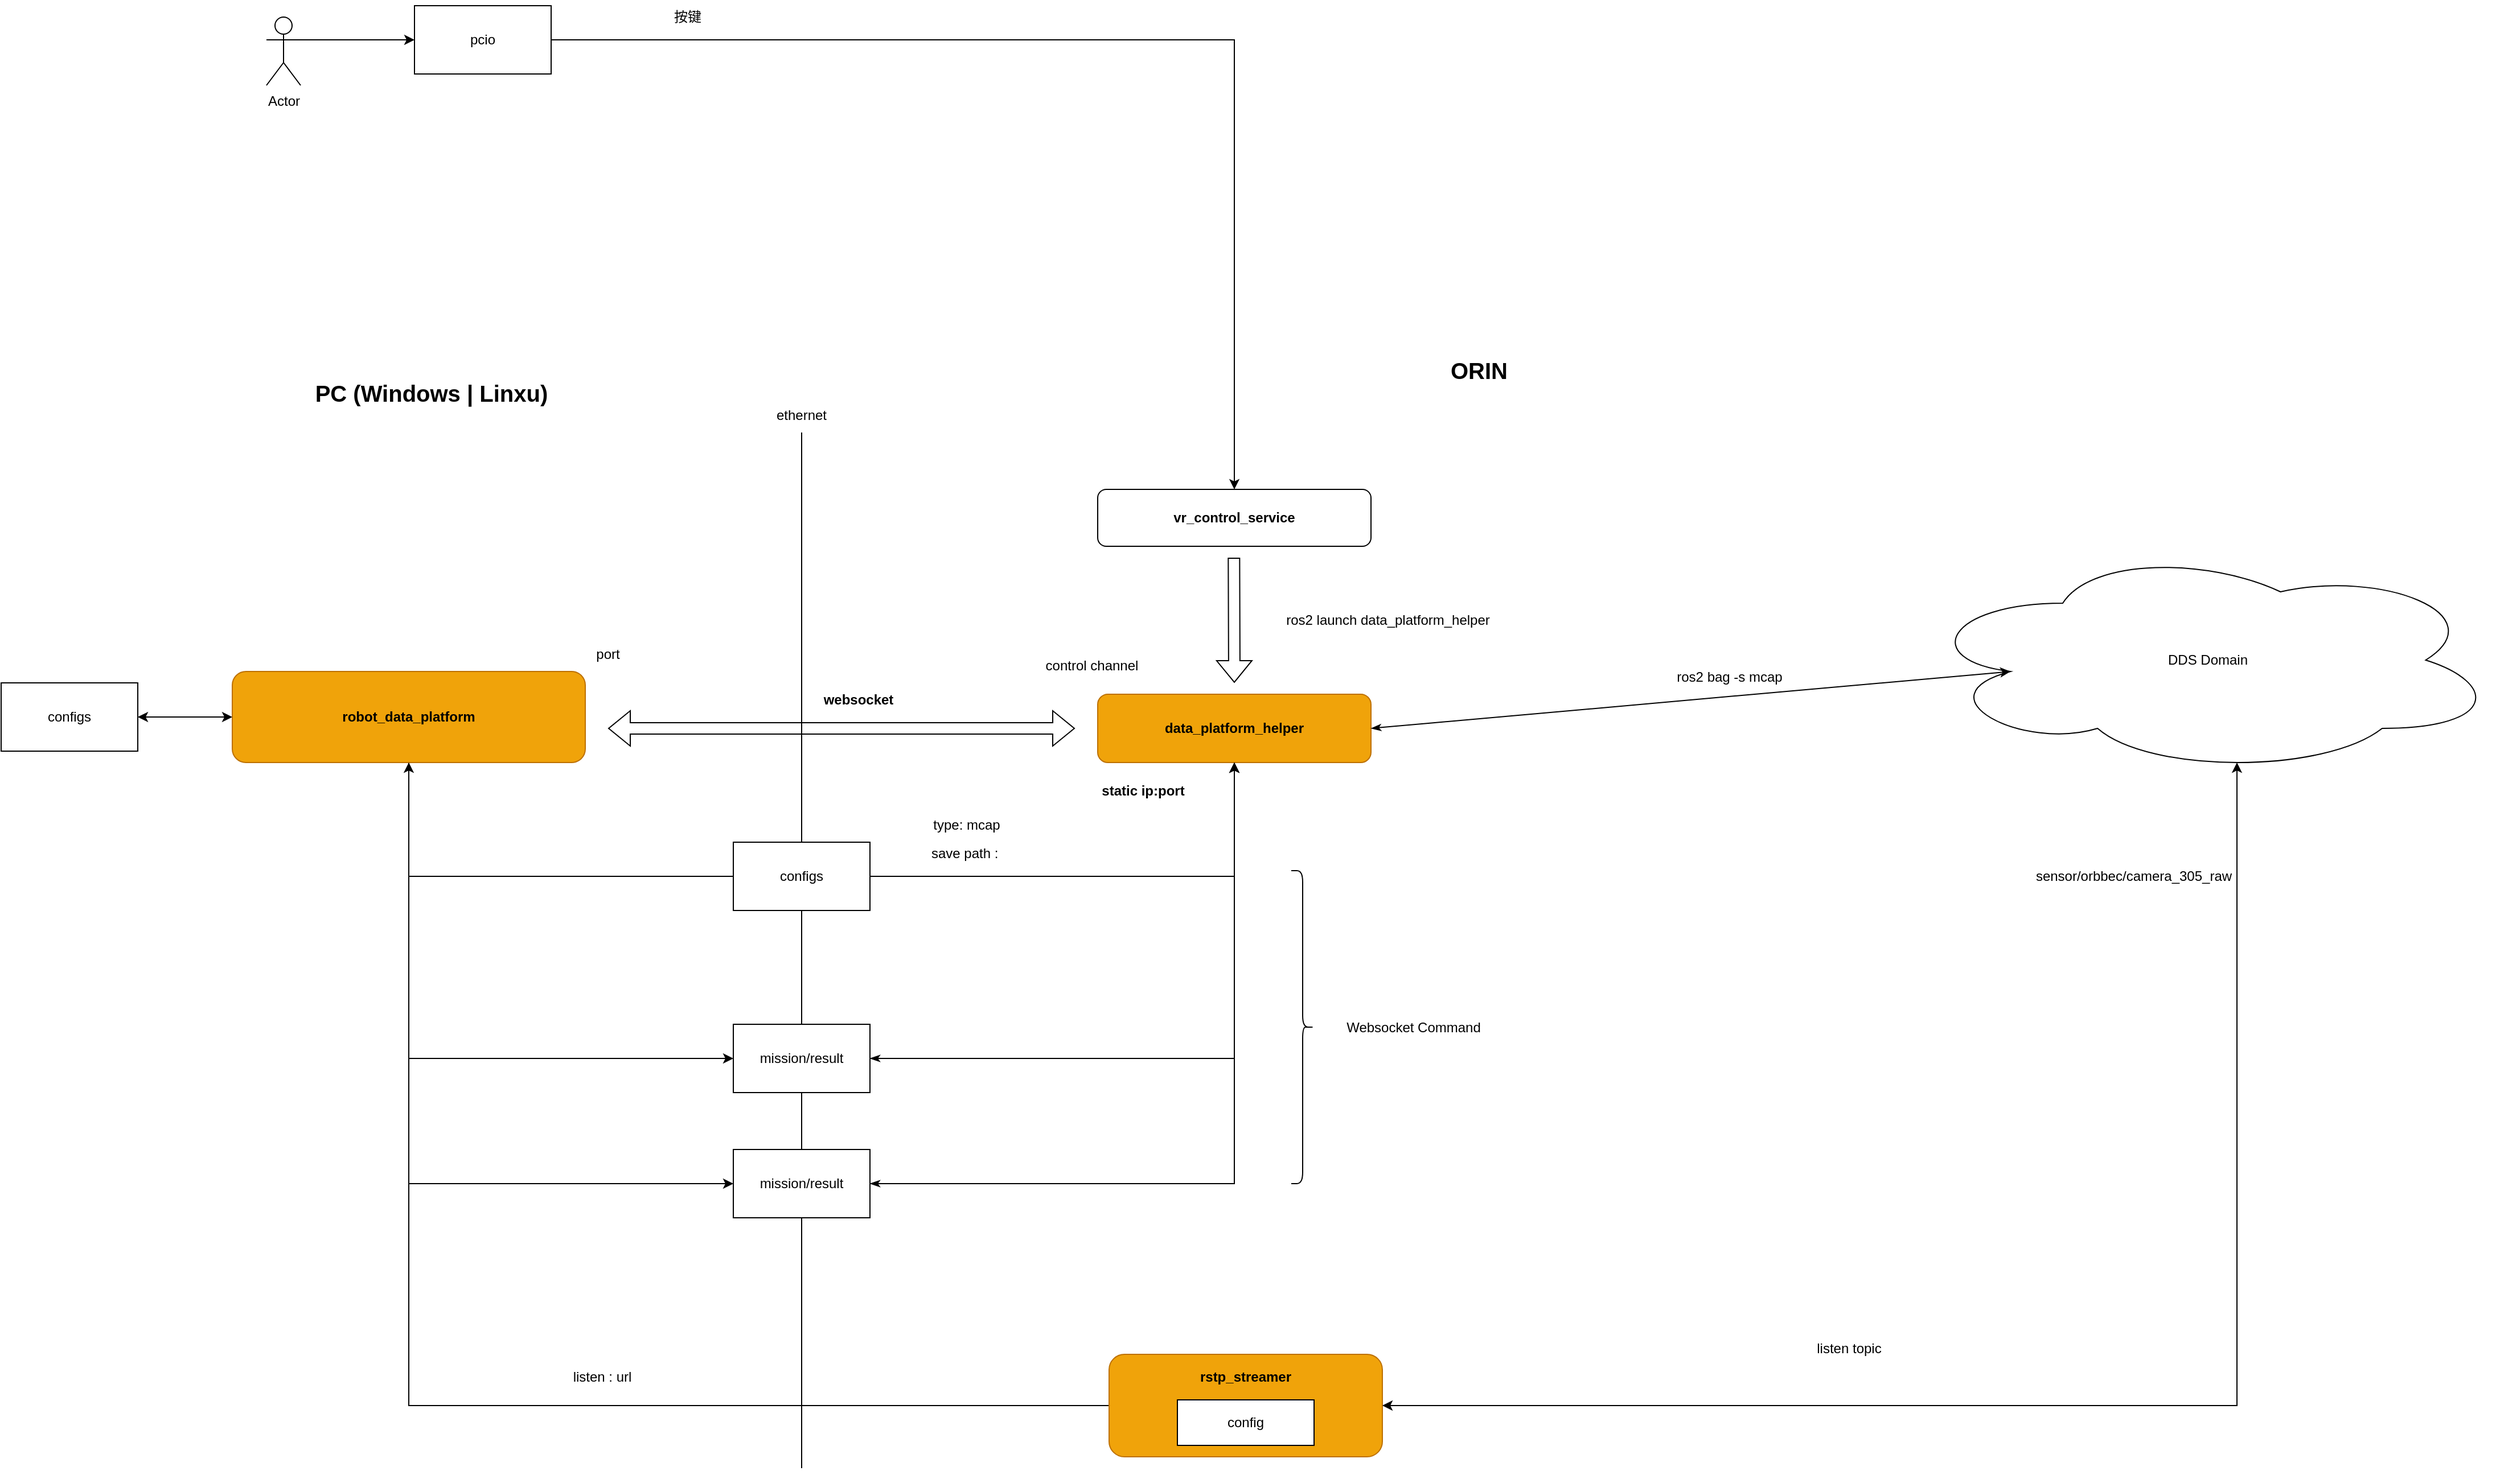
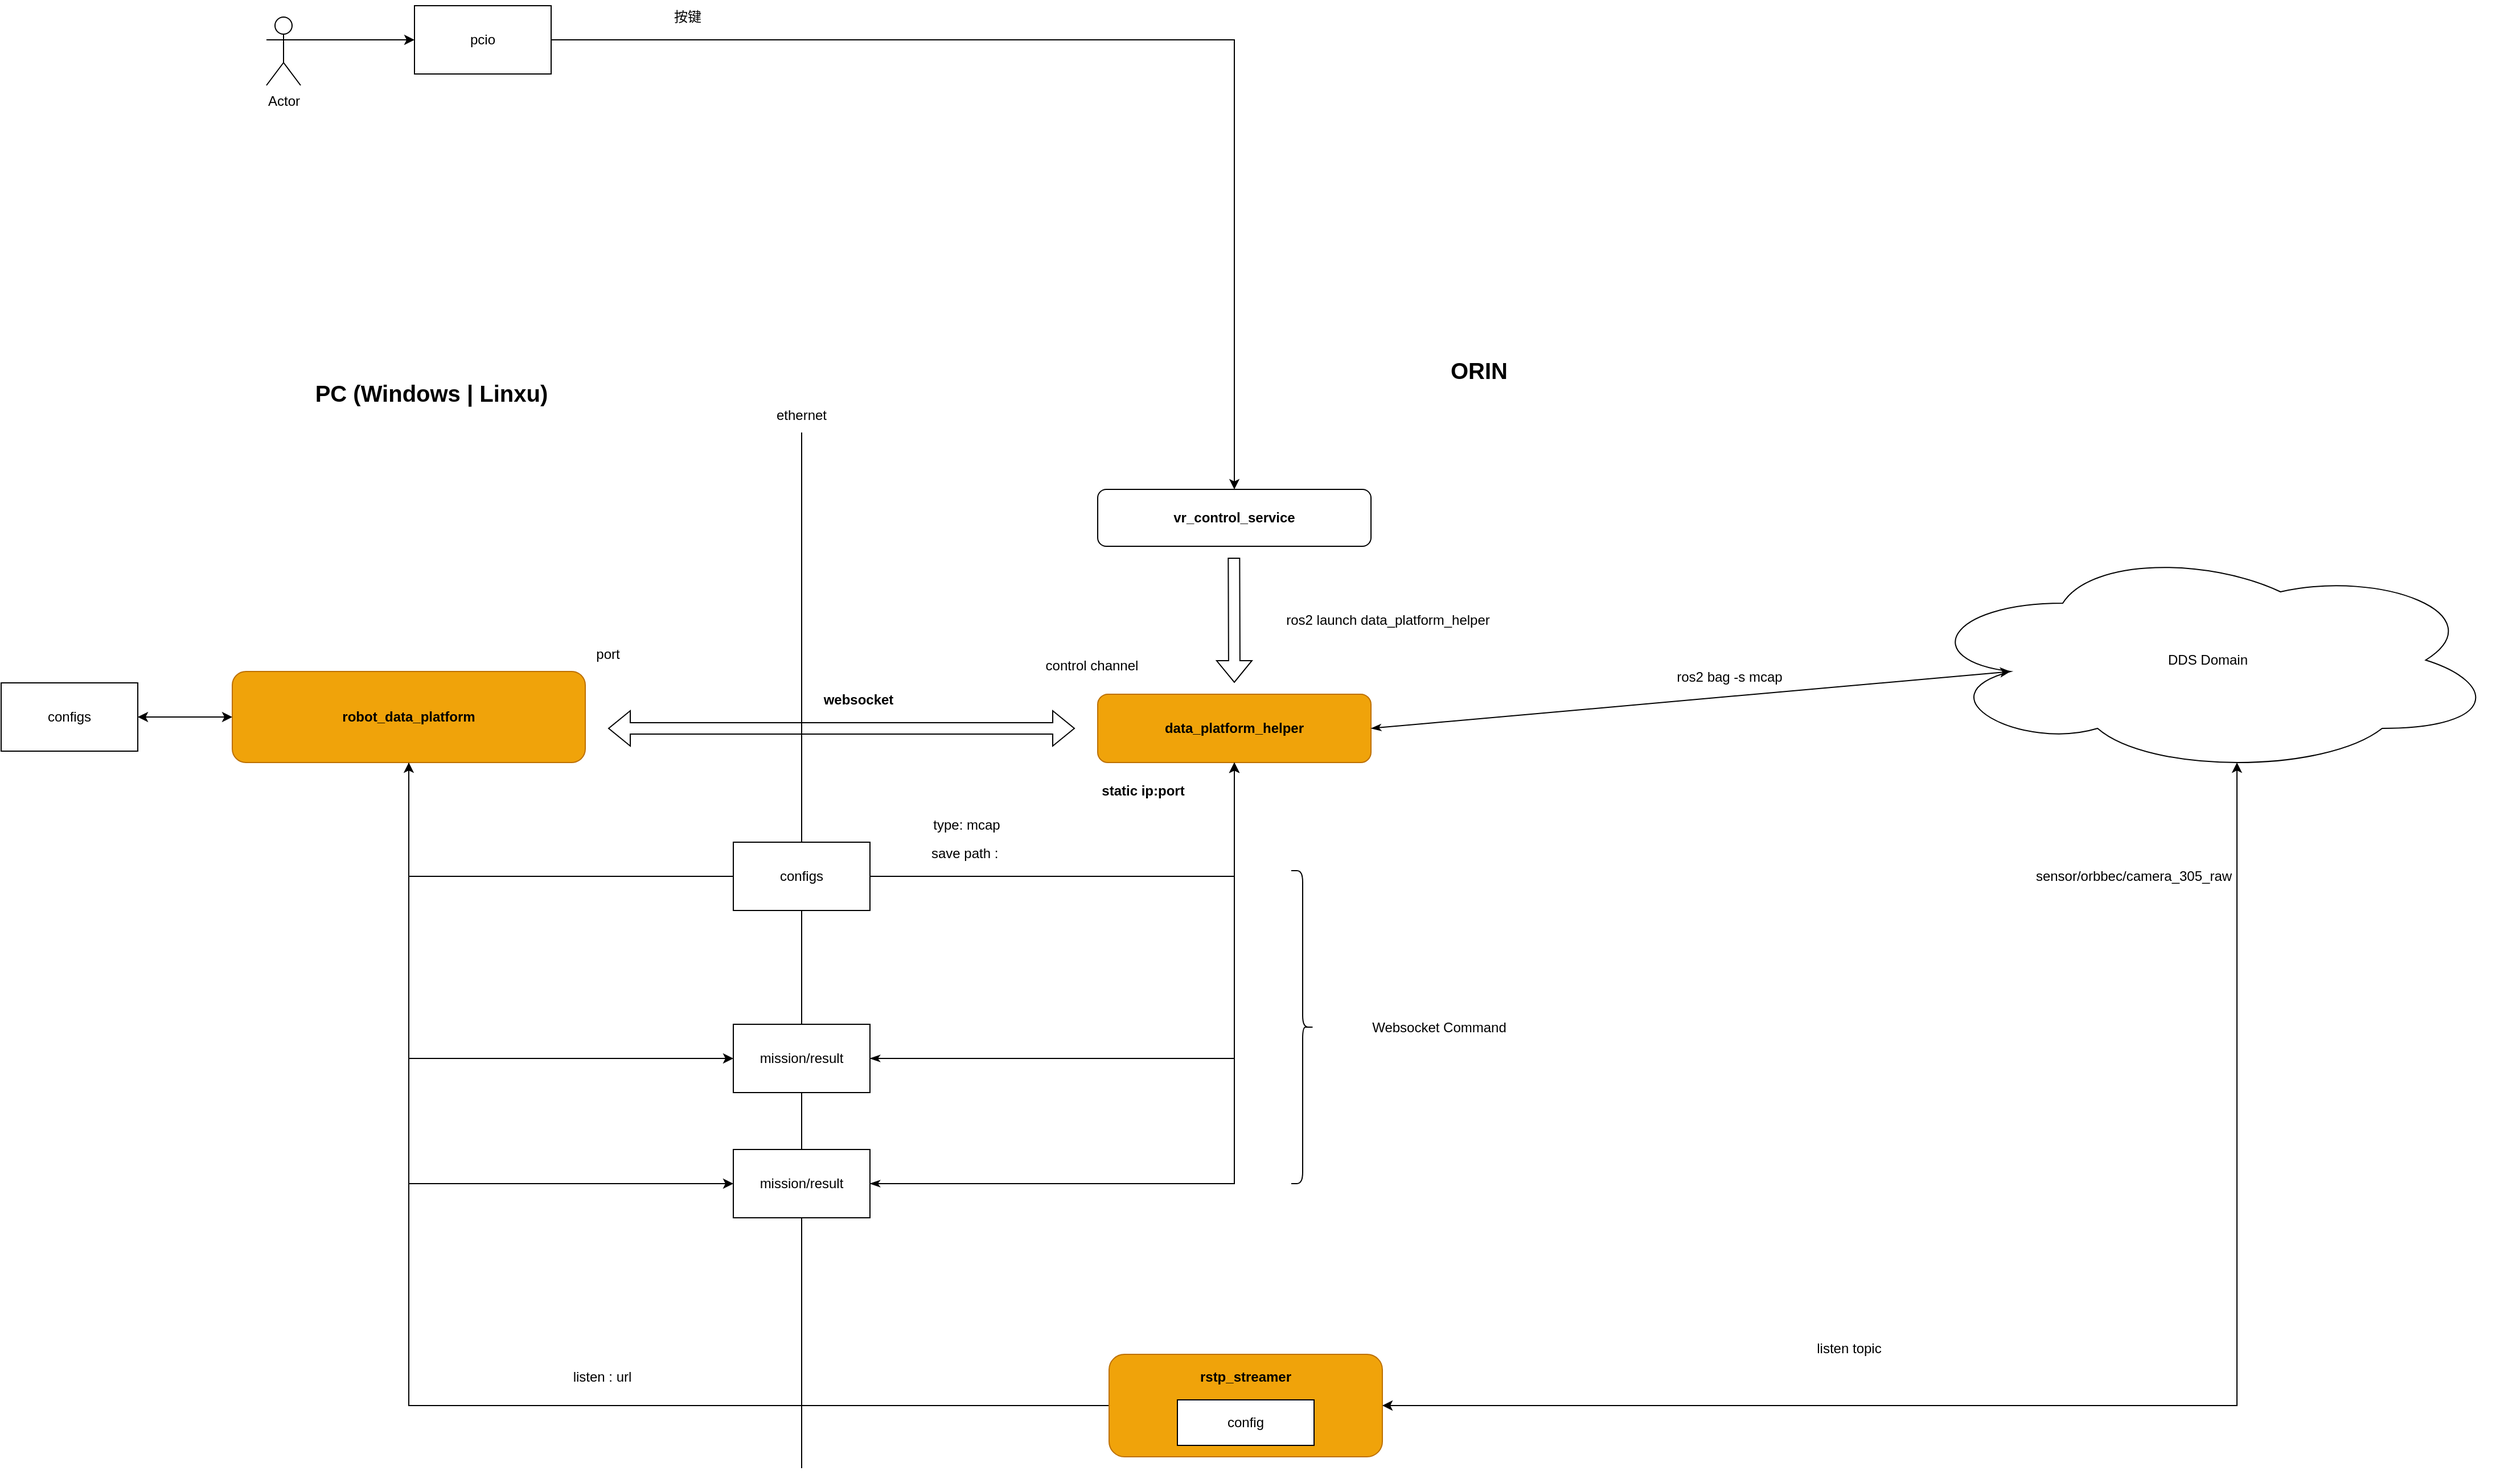
<mxfile host="app.diagrams.net" pages="2">
  <diagram name="第 1 页" id="ybuJFLsuspTRZjUBc2Sj">
    <mxGraphModel dx="2079" dy="1834" grid="1" gridSize="10" guides="1" tooltips="1" connect="1" arrows="1" fold="1" page="1" pageScale="1" pageWidth="827" pageHeight="1169" math="0" shadow="0">
      <root>
        <mxCell id="0" />
        <mxCell id="1" parent="0" />
        <mxCell id="PG_7JgB4xY41xIrBQNpI-2" parent="1" style="text;html=1;whiteSpace=wrap;strokeColor=none;fillColor=none;align=center;verticalAlign=middle;rounded=0;fontStyle=1;fontSize=20;" value="ORIN" vertex="1">
          <mxGeometry height="50" width="250" x="640" y="150" as="geometry" />
        </mxCell>
        <mxCell id="PG_7JgB4xY41xIrBQNpI-3" edge="1" parent="1" source="PG_7JgB4xY41xIrBQNpI-25" style="endArrow=none;html=1;rounded=0;" value="">
          <mxGeometry height="50" relative="1" width="50" as="geometry">
            <mxPoint x="170" y="1140" as="sourcePoint" />
            <mxPoint x="170" y="230" as="targetPoint" />
          </mxGeometry>
        </mxCell>
        <mxCell id="PG_7JgB4xY41xIrBQNpI-4" parent="1" style="rounded=1;whiteSpace=wrap;html=1;fontStyle=1;fillColor=#f0a30a;fontColor=#000000;strokeColor=#BD7000;" value="data_platform_helper" vertex="1">
          <mxGeometry height="60" width="240" x="430" y="460" as="geometry" />
        </mxCell>
        <mxCell id="PG_7JgB4xY41xIrBQNpI-6" parent="1" style="rounded=1;whiteSpace=wrap;html=1;fontStyle=1" value="vr_control_service" vertex="1">
          <mxGeometry height="50" width="240" x="430" y="280" as="geometry" />
        </mxCell>
        <mxCell id="PG_7JgB4xY41xIrBQNpI-26" edge="1" parent="1" source="PG_7JgB4xY41xIrBQNpI-7" style="edgeStyle=orthogonalEdgeStyle;rounded=0;orthogonalLoop=1;jettySize=auto;html=1;exitX=0.5;exitY=1;exitDx=0;exitDy=0;entryX=0.5;entryY=1;entryDx=0;entryDy=0;" target="PG_7JgB4xY41xIrBQNpI-4">
          <mxGeometry relative="1" as="geometry">
            <Array as="points">
              <mxPoint x="-175" y="620" />
              <mxPoint x="550" y="620" />
            </Array>
            <mxPoint x="380" y="730" as="targetPoint" />
          </mxGeometry>
        </mxCell>
        <mxCell id="PG_7JgB4xY41xIrBQNpI-33" edge="1" parent="1" source="PG_7JgB4xY41xIrBQNpI-7" style="edgeStyle=orthogonalEdgeStyle;rounded=0;orthogonalLoop=1;jettySize=auto;html=1;exitX=0.5;exitY=1;exitDx=0;exitDy=0;entryX=0;entryY=0.5;entryDx=0;entryDy=0;" target="PG_7JgB4xY41xIrBQNpI-32">
          <mxGeometry relative="1" as="geometry" />
        </mxCell>
        <mxCell id="PG_7JgB4xY41xIrBQNpI-48" edge="1" parent="1" source="PG_7JgB4xY41xIrBQNpI-7" style="edgeStyle=orthogonalEdgeStyle;rounded=0;orthogonalLoop=1;jettySize=auto;html=1;exitX=0.5;exitY=1;exitDx=0;exitDy=0;entryX=0;entryY=0.5;entryDx=0;entryDy=0;" target="PG_7JgB4xY41xIrBQNpI-38">
          <mxGeometry relative="1" as="geometry" />
        </mxCell>
        <mxCell id="PG_7JgB4xY41xIrBQNpI-7" parent="1" style="rounded=1;whiteSpace=wrap;html=1;fontStyle=1;fillColor=#f0a30a;fontColor=#000000;strokeColor=#BD7000;" value="robot_data_platform" vertex="1">
          <mxGeometry height="80" width="310" x="-330" y="440" as="geometry" />
        </mxCell>
        <mxCell id="PG_7JgB4xY41xIrBQNpI-8" parent="1" style="text;html=1;whiteSpace=wrap;strokeColor=none;fillColor=none;align=center;verticalAlign=middle;rounded=0;fontStyle=1;fontSize=20;" value="PC (Windows | Linxu)" vertex="1">
          <mxGeometry height="50" width="250" x="-280" y="170" as="geometry" />
        </mxCell>
        <mxCell id="PG_7JgB4xY41xIrBQNpI-10" edge="1" parent="1" style="shape=flexArrow;endArrow=classic;startArrow=classic;html=1;rounded=0;" value="">
          <mxGeometry height="100" relative="1" width="100" as="geometry">
            <mxPoint y="490" as="sourcePoint" />
            <mxPoint x="410" y="490" as="targetPoint" />
          </mxGeometry>
        </mxCell>
        <mxCell id="PG_7JgB4xY41xIrBQNpI-12" edge="1" parent="1" style="shape=flexArrow;endArrow=classic;html=1;rounded=0;" value="">
          <mxGeometry height="50" relative="1" width="50" as="geometry">
            <mxPoint x="549.66" y="340" as="sourcePoint" />
            <mxPoint x="550" y="450" as="targetPoint" />
          </mxGeometry>
        </mxCell>
        <mxCell id="PG_7JgB4xY41xIrBQNpI-13" parent="1" style="text;html=1;whiteSpace=wrap;strokeColor=none;fillColor=none;align=center;verticalAlign=middle;rounded=0;fontStyle=1" value="websocket" vertex="1">
          <mxGeometry height="30" width="80" x="180" y="450" as="geometry" />
        </mxCell>
        <mxCell id="PG_7JgB4xY41xIrBQNpI-14" parent="1" style="text;html=1;whiteSpace=wrap;strokeColor=none;fillColor=none;align=center;verticalAlign=middle;rounded=0;" value="ethernet" vertex="1">
          <mxGeometry height="30" width="60" x="140" y="200" as="geometry" />
        </mxCell>
        <mxCell id="PG_7JgB4xY41xIrBQNpI-18" edge="1" parent="1" source="PG_7JgB4xY41xIrBQNpI-15" style="edgeStyle=orthogonalEdgeStyle;rounded=0;orthogonalLoop=1;jettySize=auto;html=1;exitX=1;exitY=0.3333333333333333;exitDx=0;exitDy=0;exitPerimeter=0;entryX=0;entryY=0.5;entryDx=0;entryDy=0;" target="PG_7JgB4xY41xIrBQNpI-16">
          <mxGeometry relative="1" as="geometry" />
        </mxCell>
        <mxCell id="PG_7JgB4xY41xIrBQNpI-15" parent="1" style="shape=umlActor;verticalLabelPosition=bottom;verticalAlign=top;html=1;outlineConnect=0;" value="Actor" vertex="1">
          <mxGeometry height="60" width="30" x="-300" y="-135" as="geometry" />
        </mxCell>
        <mxCell id="PG_7JgB4xY41xIrBQNpI-19" edge="1" parent="1" source="PG_7JgB4xY41xIrBQNpI-16" style="edgeStyle=orthogonalEdgeStyle;rounded=0;orthogonalLoop=1;jettySize=auto;html=1;exitX=1;exitY=0.5;exitDx=0;exitDy=0;entryX=0.5;entryY=0;entryDx=0;entryDy=0;" target="PG_7JgB4xY41xIrBQNpI-6">
          <mxGeometry relative="1" as="geometry" />
        </mxCell>
        <mxCell id="PG_7JgB4xY41xIrBQNpI-16" parent="1" style="whiteSpace=wrap;html=1;" value="pcio" vertex="1">
          <mxGeometry height="60" width="120" x="-170" y="-145" as="geometry" />
        </mxCell>
        <mxCell id="PG_7JgB4xY41xIrBQNpI-20" parent="1" style="text;html=1;whiteSpace=wrap;strokeColor=none;fillColor=none;align=center;verticalAlign=middle;rounded=0;" value="ros2 launch data_platform_helper" vertex="1">
          <mxGeometry height="30" width="230" x="570" y="380" as="geometry" />
        </mxCell>
        <mxCell id="PG_7JgB4xY41xIrBQNpI-21" parent="1" style="text;html=1;whiteSpace=wrap;strokeColor=none;fillColor=none;align=center;verticalAlign=middle;rounded=0;" value="control channel" vertex="1">
          <mxGeometry height="30" width="110" x="370" y="420" as="geometry" />
        </mxCell>
        <mxCell id="PG_7JgB4xY41xIrBQNpI-22" parent="1" style="text;html=1;whiteSpace=wrap;strokeColor=none;fillColor=none;align=center;verticalAlign=middle;rounded=0;" value="port" vertex="1">
          <mxGeometry height="30" width="60" x="-30" y="410" as="geometry" />
        </mxCell>
        <mxCell id="PG_7JgB4xY41xIrBQNpI-23" parent="1" style="text;html=1;whiteSpace=wrap;strokeColor=none;fillColor=none;align=center;verticalAlign=middle;rounded=0;fontStyle=1" value="static ip:port" vertex="1">
          <mxGeometry height="30" width="100" x="420" y="530" as="geometry" />
        </mxCell>
        <mxCell id="PG_7JgB4xY41xIrBQNpI-29" parent="1" style="text;html=1;whiteSpace=wrap;strokeColor=none;fillColor=none;align=center;verticalAlign=middle;rounded=0;" value="listen topic" vertex="1">
          <mxGeometry height="50" width="200" x="990" y="1010" as="geometry" />
        </mxCell>
        <mxCell id="PG_7JgB4xY41xIrBQNpI-31" parent="1" style="ellipse;shape=cloud;whiteSpace=wrap;html=1;align=center;" value="DDS Domain" vertex="1">
          <mxGeometry height="200" width="510" x="1150" y="330" as="geometry" />
        </mxCell>
        <mxCell id="PG_7JgB4xY41xIrBQNpI-34" edge="1" parent="1" source="PG_7JgB4xY41xIrBQNpI-32" style="edgeStyle=orthogonalEdgeStyle;rounded=0;orthogonalLoop=1;jettySize=auto;html=1;exitX=1;exitY=0.5;exitDx=0;exitDy=0;entryX=0.5;entryY=1;entryDx=0;entryDy=0;startArrow=classicThin;startFill=1;" target="PG_7JgB4xY41xIrBQNpI-4">
          <mxGeometry relative="1" as="geometry" />
        </mxCell>
        <mxCell id="PG_7JgB4xY41xIrBQNpI-35" edge="1" parent="1" source="PG_7JgB4xY41xIrBQNpI-4" style="endArrow=classic;html=1;rounded=0;exitX=1;exitY=0.5;exitDx=0;exitDy=0;entryX=0.16;entryY=0.55;entryDx=0;entryDy=0;entryPerimeter=0;startArrow=classicThin;startFill=1;" target="PG_7JgB4xY41xIrBQNpI-31" value="">
          <mxGeometry height="50" relative="1" width="50" as="geometry">
            <mxPoint x="810" y="570" as="sourcePoint" />
            <mxPoint x="1326" y="490" as="targetPoint" />
          </mxGeometry>
        </mxCell>
        <mxCell id="PG_7JgB4xY41xIrBQNpI-36" parent="1" style="text;html=1;whiteSpace=wrap;strokeColor=none;fillColor=none;align=center;verticalAlign=middle;rounded=0;" value="ros2 bag -s mcap" vertex="1">
          <mxGeometry height="30" width="130" x="920" y="430" as="geometry" />
        </mxCell>
        <mxCell id="PG_7JgB4xY41xIrBQNpI-37" parent="1" style="text;html=1;whiteSpace=wrap;strokeColor=none;fillColor=none;align=center;verticalAlign=middle;rounded=0;" value="save path :&amp;nbsp;" vertex="1">
          <mxGeometry height="30" width="130" x="250" y="585" as="geometry" />
        </mxCell>
        <mxCell id="PG_7JgB4xY41xIrBQNpI-40" edge="1" parent="1" source="PG_7JgB4xY41xIrBQNpI-39" style="edgeStyle=orthogonalEdgeStyle;rounded=0;orthogonalLoop=1;jettySize=auto;html=1;startArrow=classic;startFill=1;" target="PG_7JgB4xY41xIrBQNpI-7" value="">
          <mxGeometry relative="1" as="geometry" />
        </mxCell>
        <mxCell id="PG_7JgB4xY41xIrBQNpI-39" parent="1" style="whiteSpace=wrap;html=1;" value="configs" vertex="1">
          <mxGeometry height="60" width="120" x="-533" y="450" as="geometry" />
        </mxCell>
        <mxCell id="PG_7JgB4xY41xIrBQNpI-41" edge="1" parent="1" style="endArrow=none;html=1;rounded=0;" target="PG_7JgB4xY41xIrBQNpI-25" value="">
          <mxGeometry height="50" relative="1" width="50" as="geometry">
            <mxPoint x="170" y="1140" as="sourcePoint" />
            <mxPoint x="170" y="230" as="targetPoint" />
          </mxGeometry>
        </mxCell>
        <mxCell id="PG_7JgB4xY41xIrBQNpI-25" parent="1" style="whiteSpace=wrap;html=1;" value="configs" vertex="1">
          <mxGeometry height="60" width="120" x="110" y="590" as="geometry" />
        </mxCell>
        <mxCell id="PG_7JgB4xY41xIrBQNpI-32" parent="1" style="rounded=0;whiteSpace=wrap;html=1;" value="mission/result" vertex="1">
          <mxGeometry height="60" width="120" x="110" y="750" as="geometry" />
        </mxCell>
        <mxCell id="PG_7JgB4xY41xIrBQNpI-49" edge="1" parent="1" source="PG_7JgB4xY41xIrBQNpI-38" style="edgeStyle=orthogonalEdgeStyle;rounded=0;orthogonalLoop=1;jettySize=auto;html=1;exitX=1;exitY=0.5;exitDx=0;exitDy=0;entryX=0.5;entryY=1;entryDx=0;entryDy=0;startArrow=classicThin;startFill=1;" target="PG_7JgB4xY41xIrBQNpI-4">
          <mxGeometry relative="1" as="geometry" />
        </mxCell>
        <mxCell id="PG_7JgB4xY41xIrBQNpI-38" parent="1" style="rounded=0;whiteSpace=wrap;html=1;" value="mission/result" vertex="1">
          <mxGeometry height="60" width="120" x="110" y="860" as="geometry" />
        </mxCell>
        <mxCell id="PG_7JgB4xY41xIrBQNpI-42" parent="1" style="text;html=1;whiteSpace=wrap;strokeColor=none;fillColor=none;align=center;verticalAlign=middle;rounded=0;" value="按键" vertex="1">
          <mxGeometry height="30" width="60" x="40" y="-150" as="geometry" />
        </mxCell>
        <mxCell id="PG_7JgB4xY41xIrBQNpI-44" edge="1" parent="1" source="PG_7JgB4xY41xIrBQNpI-43" style="edgeStyle=orthogonalEdgeStyle;rounded=0;orthogonalLoop=1;jettySize=auto;html=1;exitX=0;exitY=0.5;exitDx=0;exitDy=0;entryX=0.5;entryY=1;entryDx=0;entryDy=0;strokeColor=light-dark(#000000,#FF0D0D);" target="PG_7JgB4xY41xIrBQNpI-7">
          <mxGeometry relative="1" as="geometry" />
        </mxCell>
        <mxCell id="PG_7JgB4xY41xIrBQNpI-43" parent="1" style="rounded=1;whiteSpace=wrap;html=1;fontStyle=1;fillColor=#f0a30a;fontColor=#000000;strokeColor=#BD7000;" value="" vertex="1">
          <mxGeometry height="90" width="240" x="440" y="1040" as="geometry" />
        </mxCell>
        <mxCell id="PG_7JgB4xY41xIrBQNpI-45" edge="1" parent="1" source="PG_7JgB4xY41xIrBQNpI-43" style="edgeStyle=orthogonalEdgeStyle;rounded=0;orthogonalLoop=1;jettySize=auto;html=1;exitX=1;exitY=0.5;exitDx=0;exitDy=0;entryX=0.55;entryY=0.95;entryDx=0;entryDy=0;entryPerimeter=0;startArrow=classic;startFill=1;strokeColor=light-dark(#000000,#FF0D0D);" target="PG_7JgB4xY41xIrBQNpI-31">
          <mxGeometry relative="1" as="geometry" />
        </mxCell>
        <mxCell id="PG_7JgB4xY41xIrBQNpI-53" parent="1" style="text;html=1;whiteSpace=wrap;strokeColor=none;fillColor=none;align=center;verticalAlign=middle;rounded=0;" value="type: mcap" vertex="1">
          <mxGeometry height="30" width="120" x="255" y="560" as="geometry" />
        </mxCell>
        <mxCell id="PG_7JgB4xY41xIrBQNpI-54" parent="1" style="text;html=1;whiteSpace=wrap;strokeColor=none;fillColor=none;align=center;verticalAlign=middle;rounded=0;" value="listen : url" vertex="1">
          <mxGeometry height="40" width="90" x="-50" y="1040" as="geometry" />
        </mxCell>
        <mxCell id="PG_7JgB4xY41xIrBQNpI-55" parent="1" style="text;html=1;whiteSpace=wrap;strokeColor=none;fillColor=none;align=center;verticalAlign=middle;rounded=0;" value="sensor/orbbec/camera_305_raw" vertex="1">
          <mxGeometry height="40" width="180" x="1250" y="600" as="geometry" />
        </mxCell>
        <mxCell id="PG_7JgB4xY41xIrBQNpI-56" parent="1" style="whiteSpace=wrap;html=1;" value="config" vertex="1">
          <mxGeometry height="40" width="120" x="500" y="1080" as="geometry" />
        </mxCell>
        <mxCell id="PG_7JgB4xY41xIrBQNpI-60" parent="1" style="text;html=1;whiteSpace=wrap;strokeColor=none;fillColor=none;align=center;verticalAlign=middle;rounded=0;fontStyle=1" value="rstp_streamer" vertex="1">
          <mxGeometry height="40" width="130" x="495" y="1040" as="geometry" />
        </mxCell>
        <mxCell id="PG_7JgB4xY41xIrBQNpI-62" parent="1" style="shape=curlyBracket;whiteSpace=wrap;html=1;rounded=1;flipH=1;labelPosition=right;verticalLabelPosition=middle;align=left;verticalAlign=middle;legacyAnchorPoints=0;" value="" vertex="1">
          <mxGeometry height="275" width="20" x="600" y="615" as="geometry" />
        </mxCell>
-         <mxCell id="PG_7JgB4xY41xIrBQNpI-63" parent="1" style="text;html=1;whiteSpace=wrap;strokeColor=none;fillColor=none;align=center;verticalAlign=middle;rounded=0;" value="Websocket Command" vertex="1">
-           <mxGeometry height="30" width="135" x="640" y="737.5" as="geometry" />
+         <mxCell id="PG_7JgB4xY41xIrBQNpI-63" parent="1" style="text;html=1;whiteSpace=wrap;strokeColor=none;fillColor=none;align=center;verticalAlign=middle;rounded=0;" value="Websocket Command&lt;div&gt;&lt;br/&gt;&lt;/div&gt;" vertex="1">
+           <mxGeometry height="200" width="210" x="625" y="660" as="geometry" />
        </mxCell>
      </root>
    </mxGraphModel>
  </diagram>
  <diagram id="ERyvKfnW-TPwMhuBreaX" name="第 2 页">
    <mxGraphModel dx="1122" dy="596" grid="1" gridSize="10" guides="1" tooltips="1" connect="1" arrows="1" fold="1" page="1" pageScale="1" pageWidth="827" pageHeight="1169" math="0" shadow="0">
      <root>
        <mxCell id="0" />
        <mxCell id="1" parent="0" />
        <mxCell id="Lt_kapkQ0GCsb_hZqIK--1" parent="1" style="rounded=1;whiteSpace=wrap;html=1;" value="" vertex="1">
          <mxGeometry height="60" width="120" x="40" y="280" as="geometry" />
        </mxCell>
      </root>
    </mxGraphModel>
  </diagram>
</mxfile>
